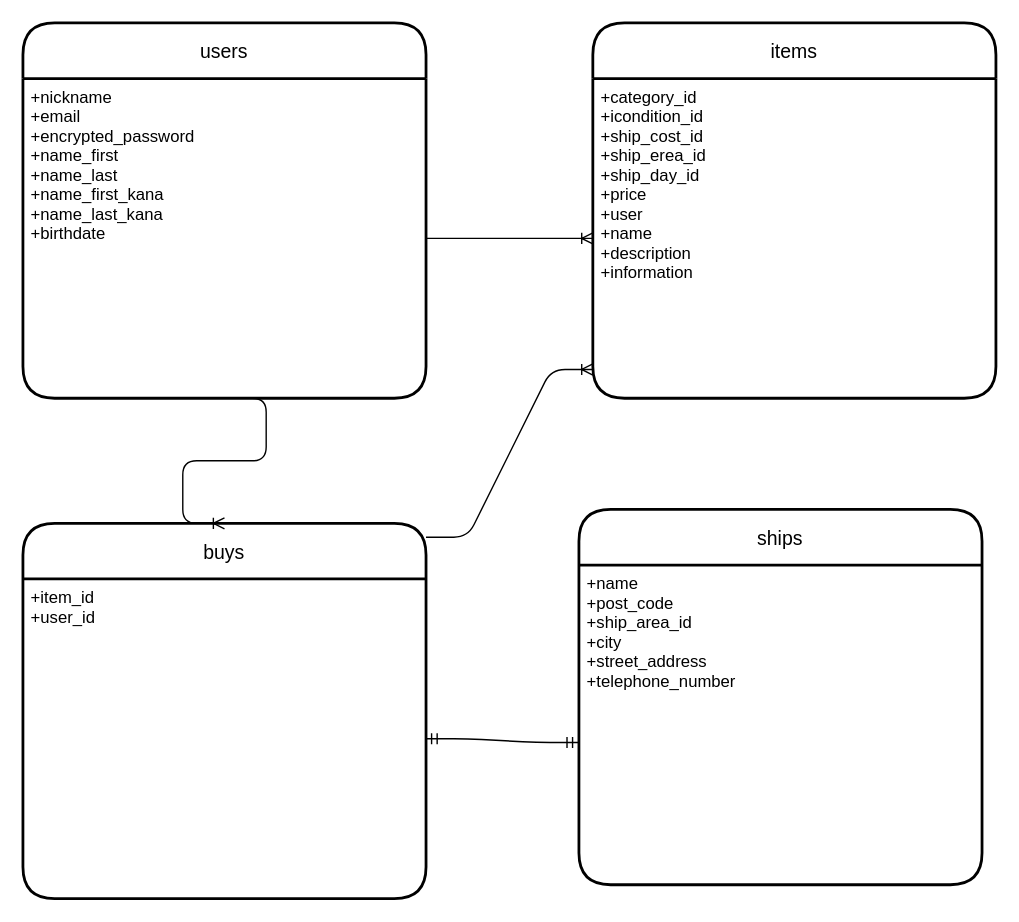
Before: furima.dio in komashige/furima-39825-k, a draw.io diagram. Source tidied: cells renumbered, new cells numbered last; positions are measured from the earlier drawing's top-left corner, leaving out a move shared by most shapes. Both pictures are drawn from the tidied source at 139%, with x=0, y=0 at pixel (22, 22).
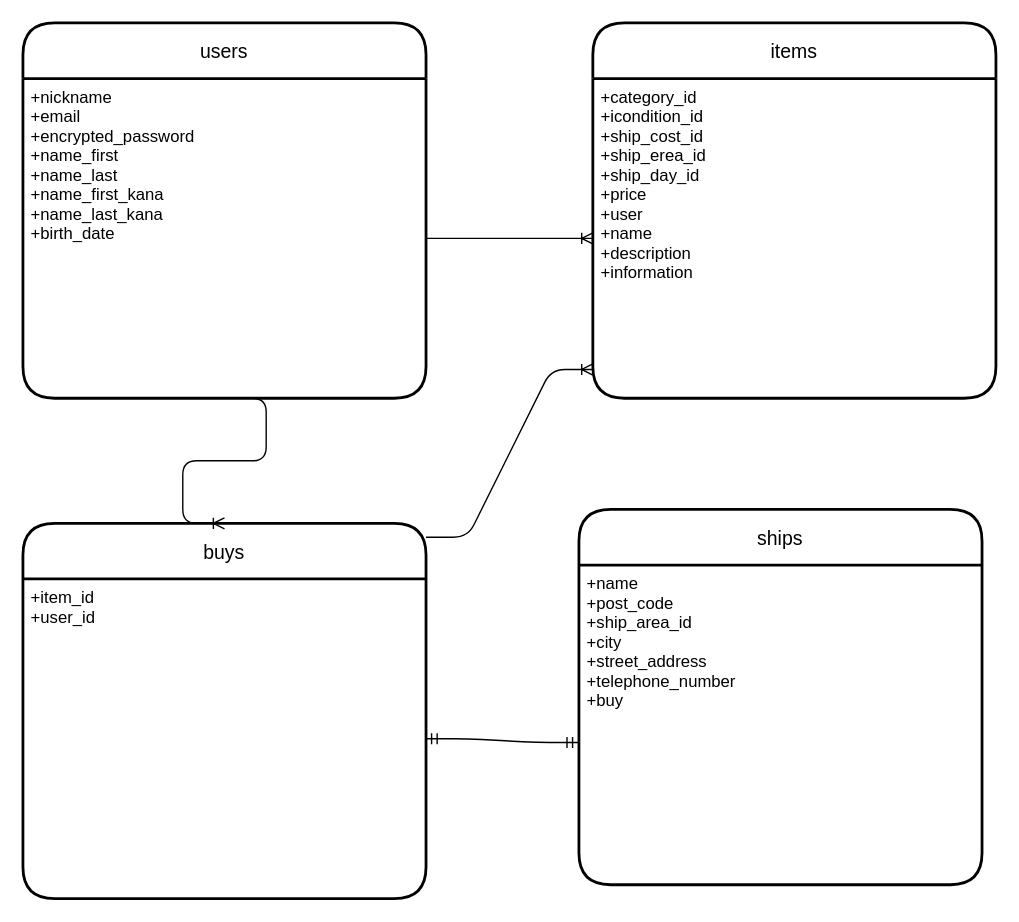
The same diagram, later.

Commit message (it also covers changes not shown here):
ER図、データベース設計４回目

Diff of the diagram source:
```diff
@@
 <mxGraphModel>
   <root>
     <mxCell id="0" />
     <mxCell id="1" parent="0" />
     <mxCell id="2" value="users" style="swimlane;horizontal=1;startSize=40;rounded=1;fontSize=14;fontStyle=0;strokeWidth=2;shadow=0;dashed=0;align=center;arcSize=19;" parent="1" vertex="1">
       <mxGeometry width="290" height="270" as="geometry" />
     </mxCell>
-    <mxCell id="3" value="+nickname&#10;+email&#10;+encrypted_password&#10;+name_first&#10;+name_last&#10;+name_first_kana&#10;+name_last_kana&#10;+birthdate" style="align=left;strokeColor=none;fillColor=none;spacingLeft=4;fontSize=12;verticalAlign=top;" parent="2" vertex="1">
+    <mxCell id="3" value="+nickname&#10;+email&#10;+encrypted_password&#10;+name_first&#10;+name_last&#10;+name_first_kana&#10;+name_last_kana&#10;+birth_date" style="align=left;strokeColor=none;fillColor=none;spacingLeft=4;fontSize=12;verticalAlign=top;" parent="2" vertex="1">
       <mxGeometry y="40" width="290" height="230" as="geometry" />
     </mxCell>
     <mxCell id="4" value="items" style="swimlane;horizontal=1;startSize=40;rounded=1;fontSize=14;fontStyle=0;strokeWidth=2;shadow=0;dashed=0;align=center;arcSize=19;" parent="1" vertex="1">
       <mxGeometry x="410" width="290" height="270" as="geometry" />
     </mxCell>
     <mxCell id="5" value="+category_id&#10;+icondition_id&#10;+ship_cost_id&#10;+ship_erea_id&#10;+ship_day_id&#10;+price&#10;+user&#10;+name&#10;+description&#10;+information" style="align=left;strokeColor=none;fillColor=none;spacingLeft=4;fontSize=12;verticalAlign=top;" parent="4" vertex="1">
       <mxGeometry y="40" width="290" height="230" as="geometry" />
     </mxCell>
     <mxCell id="6" value="buys" style="swimlane;horizontal=1;startSize=40;rounded=1;fontSize=14;fontStyle=0;strokeWidth=2;shadow=0;dashed=0;align=center;arcSize=19;" parent="1" vertex="1">
       <mxGeometry y="360" width="290" height="270" as="geometry" />
     </mxCell>
     <mxCell id="7" value="+item_id&#10;+user_id" style="align=left;strokeColor=none;fillColor=none;spacingLeft=4;fontSize=12;verticalAlign=top;" parent="6" vertex="1">
       <mxGeometry y="40" width="290" height="230" as="geometry" />
     </mxCell>
     <mxCell id="8" value="ships" style="swimlane;horizontal=1;startSize=40;rounded=1;fontSize=14;fontStyle=0;strokeWidth=2;shadow=0;dashed=0;align=center;arcSize=19;" parent="1" vertex="1">
       <mxGeometry x="400" y="350" width="290" height="270" as="geometry" />
     </mxCell>
-    <mxCell id="9" value="+name&#10;+post_code&#10;+ship_area_id&#10;+city&#10;+street_address&#10;+telephone_number&#10;" style="align=left;strokeColor=none;fillColor=none;spacingLeft=4;fontSize=12;verticalAlign=top;" parent="8" vertex="1">
+    <mxCell id="9" value="+name&#10;+post_code&#10;+ship_area_id&#10;+city&#10;+street_address&#10;+telephone_number&#10;+buy" style="align=left;strokeColor=none;fillColor=none;spacingLeft=4;fontSize=12;verticalAlign=top;" parent="8" vertex="1">
       <mxGeometry y="40" width="290" height="230" as="geometry" />
     </mxCell>
     <mxCell id="10" style="edgeStyle=entityRelationEdgeStyle;fontSize=12;html=1;endArrow=ERoneToMany;" parent="1" edge="1" source="3">
       <mxGeometry relative="1" as="geometry">
         <mxPoint x="410" y="155" as="targetPoint" />
       </mxGeometry>
     </mxCell>
     <mxCell id="11" style="edgeStyle=entityRelationEdgeStyle;fontSize=12;html=1;endArrow=ERoneToMany;exitX=0.5;exitY=1;exitDx=0;exitDy=0;entryX=0.5;entryY=0;entryDx=0;entryDy=0;" parent="1" edge="1" source="3" target="6">
       <mxGeometry relative="1" as="geometry" />
     </mxCell>
     <mxCell id="12" style="edgeStyle=entityRelationEdgeStyle;fontSize=12;html=1;endArrow=ERmandOne;startArrow=ERmandOne;entryX=-0.002;entryY=0.555;entryDx=0;entryDy=0;entryPerimeter=0;" parent="1" edge="1" target="9">
       <mxGeometry relative="1" as="geometry">
         <mxPoint x="290" y="515" as="sourcePoint" />
       </mxGeometry>
     </mxCell>
     <mxCell id="13" style="edgeStyle=entityRelationEdgeStyle;fontSize=12;html=1;endArrow=ERoneToMany;exitX=1;exitY=0.037;exitDx=0;exitDy=0;exitPerimeter=0;entryX=0;entryY=0.91;entryDx=0;entryDy=0;entryPerimeter=0;" parent="1" edge="1" source="6" target="5">
       <mxGeometry relative="1" as="geometry" />
     </mxCell>
   </root>
 </mxGraphModel>
```
